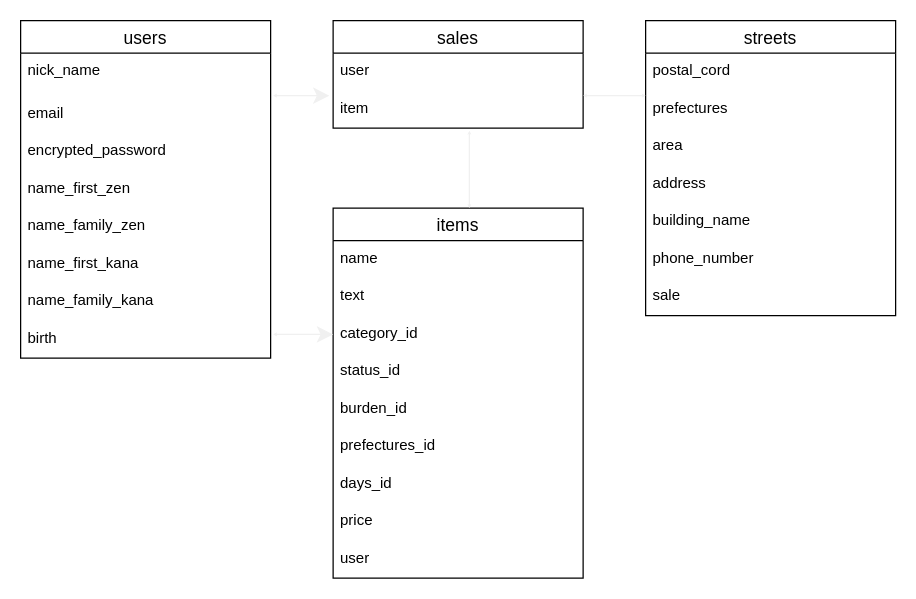
The draw.io diagram db.dio in aokinorifumi/furima-34849, before the edit. Source tidied: cells renumbered, new cells numbered last; positions are measured from the earlier drawing's top-left corner, leaving out a move shared by most shapes. Both pictures are drawn from the tidied source at 125%, with x=0, y=0 at pixel (20, 20).
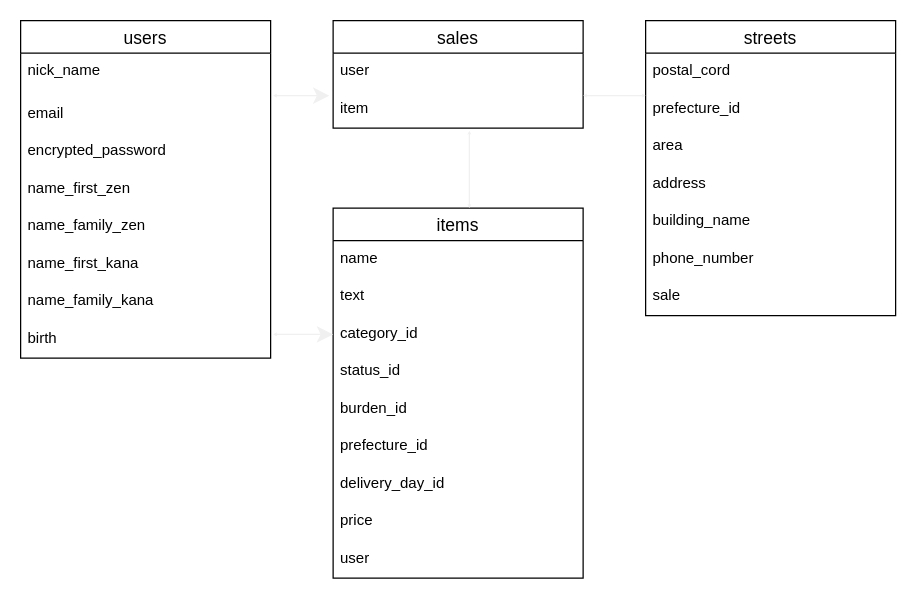
After the change.

Commit message (it also covers changes not shown here):
データベース設計4

Unchanged cells that the change refers to:
```xml
<mxCell id="12" value="streets" style="swimlane;fontStyle=0;horizontal=1;startSize=26;align=center;fontSize=14;" parent="1" vertex="1">
  <mxGeometry x="500" width="200" height="236" as="geometry" />
</mxCell>
<mxCell id="20" value="items" style="swimlane;fontStyle=0;horizontal=1;startSize=26;align=center;fontSize=14;" parent="1" vertex="1">
  <mxGeometry x="250" y="150" width="200" height="296" as="geometry" />
</mxCell>
```

The edit, as a diff of the source:
```diff
@@
-    <mxCell id="14" value="prefectures" style="text;strokeColor=none;fillColor=none;spacingLeft=4;spacingRight=4;overflow=hidden;points=[[0,0.5],[1,0.5]];portConstraint=eastwest;fontSize=12;" parent="12" vertex="1">
+    <mxCell id="14" value="prefecture_id" style="text;strokeColor=none;fillColor=none;spacingLeft=4;spacingRight=4;overflow=hidden;points=[[0,0.5],[1,0.5]];portConstraint=eastwest;fontSize=12;" parent="12" vertex="1">
       <mxGeometry y="56" width="200" height="30" as="geometry" />
     </mxCell>
@@
-    <mxCell id="26" value="prefectures_id" style="text;strokeColor=none;fillColor=none;spacingLeft=4;spacingRight=4;overflow=hidden;fontSize=12;" parent="20" vertex="1">
+    <mxCell id="26" value="prefecture_id" style="text;strokeColor=none;fillColor=none;spacingLeft=4;spacingRight=4;overflow=hidden;fontSize=12;" parent="20" vertex="1">
       <mxGeometry y="176" width="200" height="30" as="geometry" />
     </mxCell>
-    <mxCell id="27" value="days_id" style="text;strokeColor=none;fillColor=none;spacingLeft=4;spacingRight=4;overflow=hidden;fontSize=12;" parent="20" vertex="1">
+    <mxCell id="27" value="delivery_day_id" style="text;strokeColor=none;fillColor=none;spacingLeft=4;spacingRight=4;overflow=hidden;fontSize=12;" parent="20" vertex="1">
       <mxGeometry y="206" width="200" height="30" as="geometry" />
     </mxCell>
```
